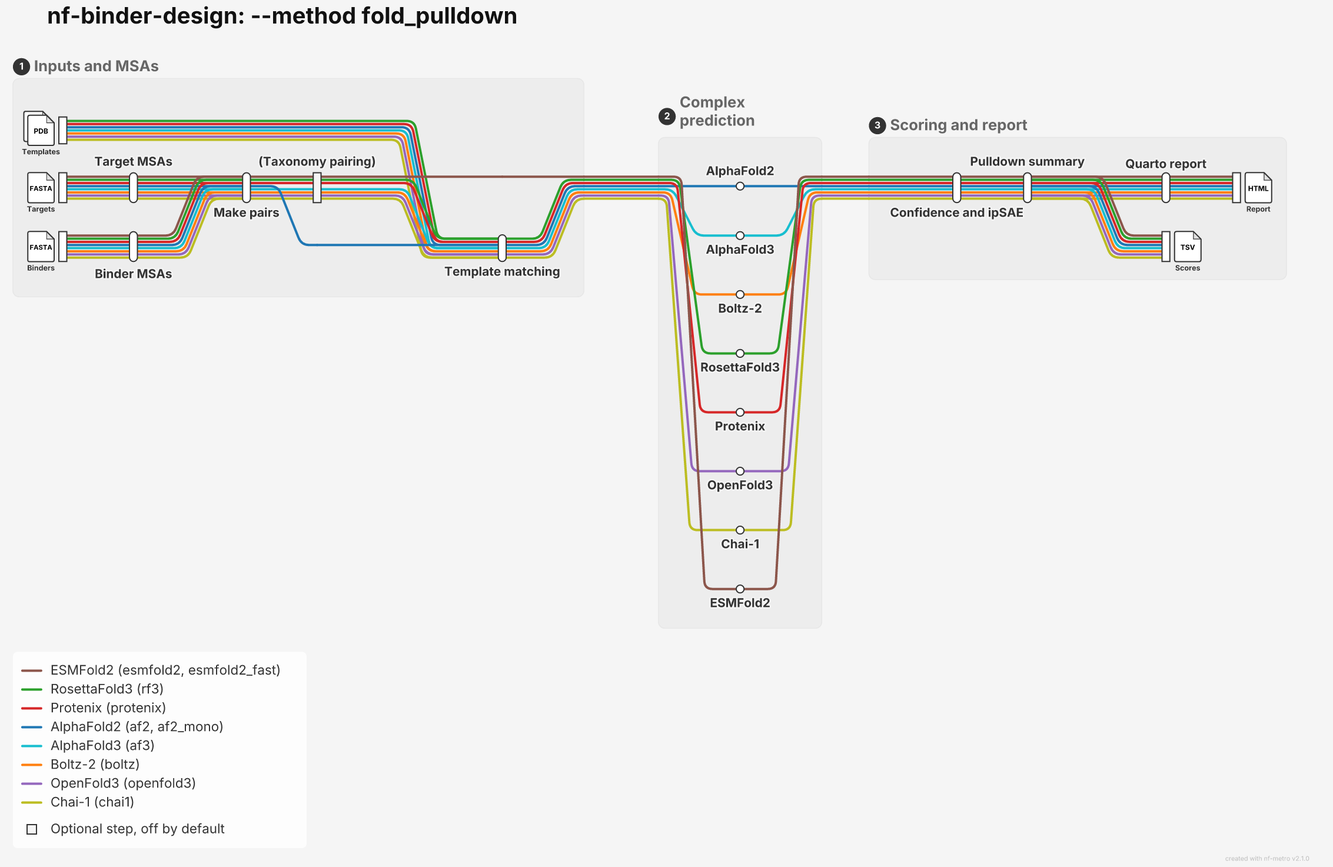
The Mermaid diagram docs/docs/images/fold_pulldown_metro_map.png in Australian-Protein-Design-Initiative/nf-binder-design, before a commit. Its source is kept beside it as docs/metro/fold_pulldown_metro_map.mmd.
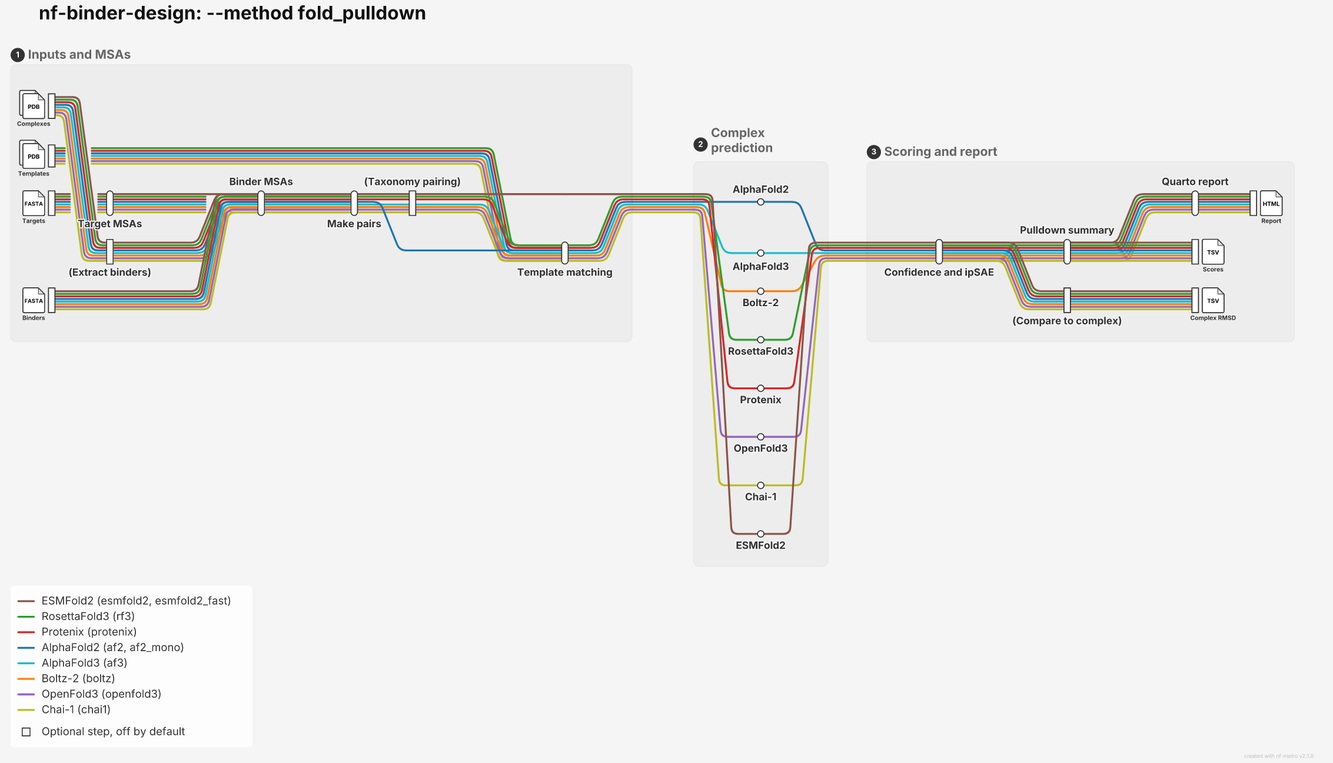
After the change.

Commit message:
Point the Monash config at utils 0.1.8, refresh the pulldown docs

The edit, as a diff of the source:
```diff
@@ -11,6 +11,10 @@
         match_templates[Template matching]
         targets_in -->|af3,boltz,openfold3,chai1,rf3,protenix,esmfold2,af2| msa_search
         msa_search -->|af3,boltz,openfold3,chai1,rf3,protenix,esmfold2,af2| pairs
+        complexes_in[ ]
+        extract["(Extract binders)"]
+        complexes_in -->|rf3,protenix,esmfold2,af2,af3,boltz,openfold3,chai1| extract
+        extract -->|rf3,protenix,esmfold2,af2,af3,boltz,openfold3,chai1| binder_msa
         binders_in -->|rf3,protenix,esmfold2,af2,af3,boltz,openfold3,chai1| binder_msa
         binder_msa -->|rf3,protenix,esmfold2,af2,af3,boltz,openfold3,chai1| pairs
         pairs -->|af3,boltz,openfold3,chai1,rf3,protenix,esmfold2| pairing
@@ -40,6 +44,10 @@
         summary -->|af3,boltz,openfold3,chai1,rf3,protenix,esmfold2,af2| scores_out
         summary -->|af3,boltz,openfold3,chai1,rf3,protenix,esmfold2,af2| report
         report -->|af3,boltz,openfold3,chai1,rf3,protenix,esmfold2,af2| report_out
+        compare["(Compare to complex)"]
+        rmsd_out[ ]
+        confidence -->|af3,boltz,openfold3,chai1,rf3,protenix,esmfold2,af2| compare
+        compare -->|af3,boltz,openfold3,chai1,rf3,protenix,esmfold2,af2| rmsd_out
     end
 
     match_templates -->|af2| af2_run
```
